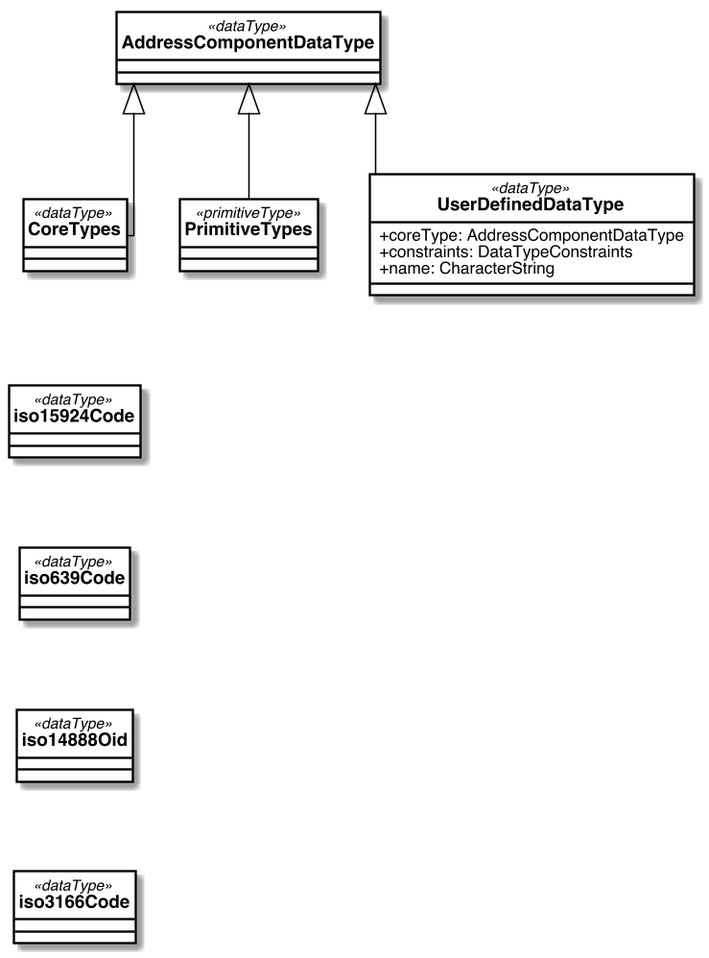
Above: sources/images/DataTypes.png in CalConnect/csd-digital-addresses (PlantUML), before the change. Source of this version:
```plantuml
@startuml


skinparam Dpi 150
skinparam Monochrome false
skinparam LineType ortho
hide circle
skinparam Default {
  TextAlignment center
  FontName Helvetica
}
skinparam Class {
  AttributeIconSize 0
  BackgroundColor White
  ArrowColor Black
  BorderColor Black
  FontStyle bold
  StereotypeFontSize 10
}
skinparam Rectangle {
  BackgroundColor White
  ArrowColor Black
  BorderColor Black
  FontStyle bold
  FontSize 11
  StereotypeFontSize 10
}
skinparam Object {
  BackgroundColor White
  ArrowColor Black
  BorderColor Black
  FontStyle bold
  FontSize 11
  StereotypeFontSize 10
}

skinparam Entity {
  StereotypeFontSize 10
}



class AddressComponentDataType <<dataType>> {

}

class CoreTypes <<dataType>> {

}

class PrimitiveTypes <<primitiveType>> {

}

class iso15924Code <<dataType>> {

}

class iso639Code <<dataType>> {

}

class iso14888Oid <<dataType>> {

}

class iso3166Code <<dataType>> {

}

class UserDefinedDataType <<dataType>> {
  +coreType: AddressComponentDataType
  +constraints: DataTypeConstraints
  +name: CharacterString
}




AddressComponentDataType <|-- CoreTypes
AddressComponentDataType <|-- PrimitiveTypes
AddressComponentDataType <|-- UserDefinedDataType

iso15924Code -[hidden]up-> CoreTypes
iso639Code -[hidden]up-> iso15924Code
iso14888Oid -[hidden]up-> iso639Code
iso3166Code -[hidden]up-> iso14888Oid

@enduml
```
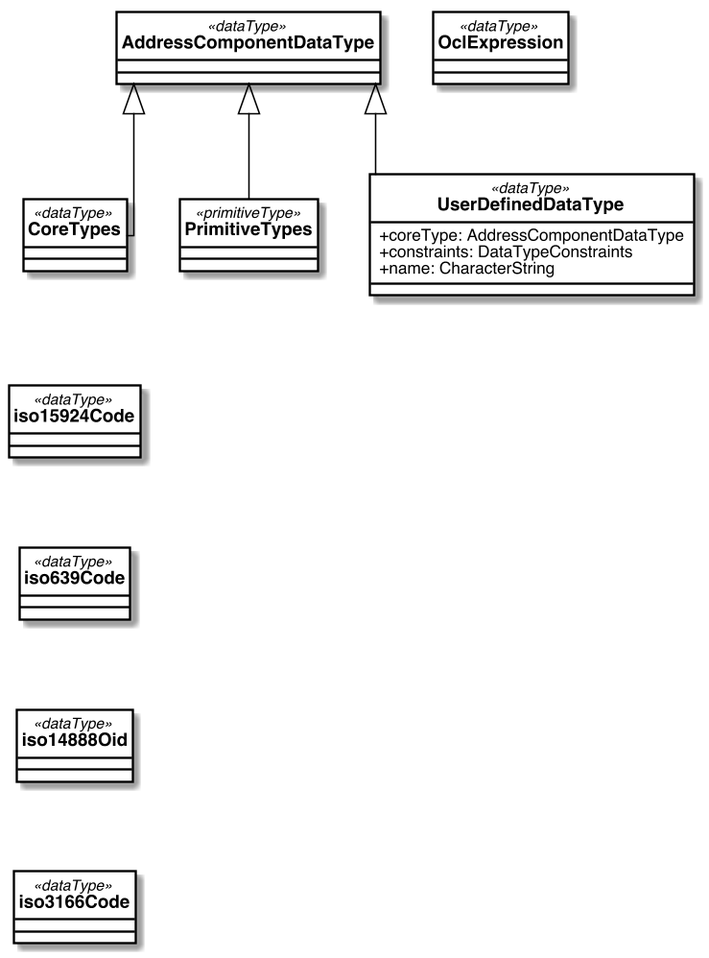
After the change.

Diff of the diagram source:
```diff
@@ -52,6 +52,10 @@
 
 }
 
+class OclExpression <<dataType>> {
+
+}
+
 class iso15924Code <<dataType>> {
 
 }
```
